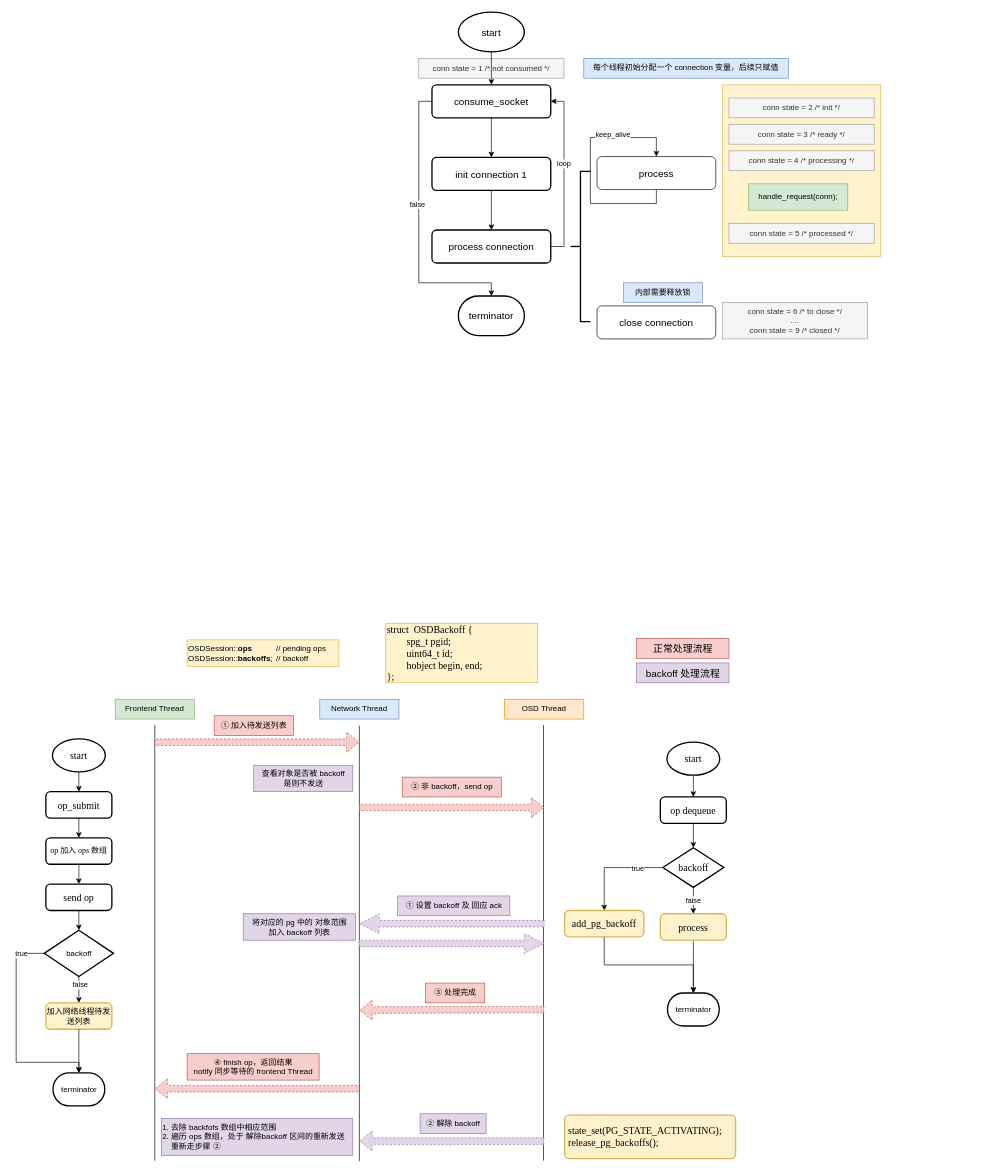
Earlier version of the draw.io diagram civetweb.drawio (1253757553/drawIO). Source tidied: cells renumbered, new cells numbered last; positions are measured from the earlier drawing's top-left corner, leaving out a move shared by most shapes. Both pictures are drawn from the tidied source at 66%, with x=0, y=0 at pixel (16, 12).
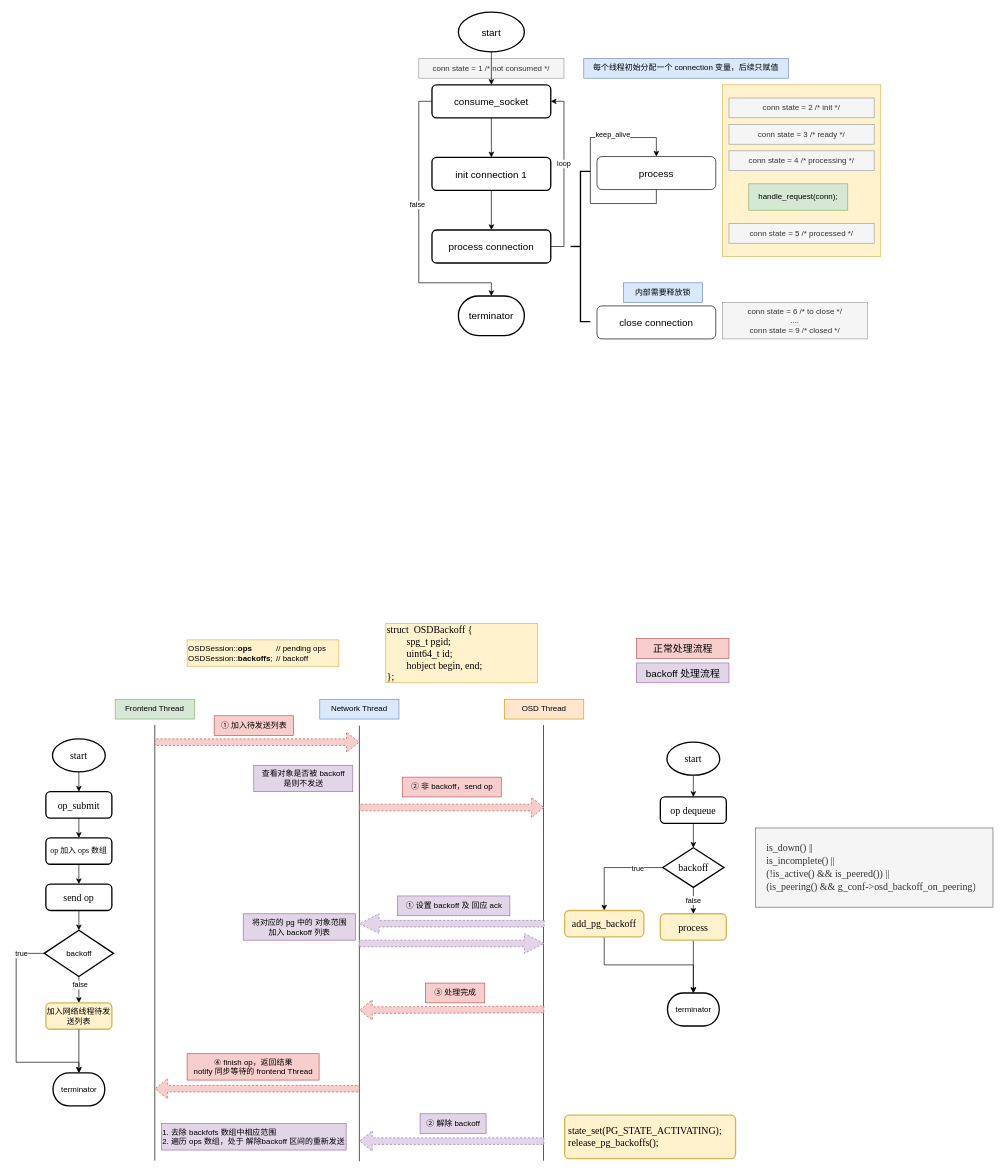
After the change.

Diff of the diagram source:
```diff
@@
-    <mxCell id="83" value="&lt;ol style=&quot;margin-bottom: 0px; margin-top: 0px; padding-left: 15px;&quot;&gt;&lt;li&gt;去除 backfofs 数组中相应范围&lt;/li&gt;&lt;li&gt;遍历 ops 数组，处于 解除backoff 区间的重新发送重新走步骤 ②&lt;/li&gt;&lt;/ol&gt;" style="text;html=1;align=left;verticalAlign=middle;strokeColor=#9673a6;fillColor=#e1d5e7;imageWidth=24;imageAspect=0;imageHeight=20;absoluteArcSize=0;overflow=width;fixDash=1;noLabel=0;fillOpacity=100;perimeter=centerPerimeter;strokeOpacity=100;backgroundOutline=1;linecap=square;comic=0;enumerate=0;fixedWidth=0;imageVerticalAlign=top;whiteSpace=wrap;" parent="1" vertex="1" collapsed="1">
-      <mxGeometry x="220" y="1676" width="290" height="56" as="geometry" />
+    <mxCell id="83" value="&lt;ol style=&quot;margin-bottom: 0px; margin-top: 0px; padding-left: 15px;&quot;&gt;&lt;li&gt;去除 backfofs 数组中相应范围&lt;/li&gt;&lt;li&gt;遍历 ops 数组，处于 解除backoff 区间的重新发送&lt;/li&gt;&lt;/ol&gt;" style="text;html=1;align=left;verticalAlign=middle;strokeColor=#9673a6;fillColor=#e1d5e7;imageWidth=24;imageAspect=0;imageHeight=20;absoluteArcSize=0;overflow=width;fixDash=1;noLabel=0;fillOpacity=100;perimeter=centerPerimeter;strokeOpacity=100;backgroundOutline=1;linecap=square;comic=0;enumerate=0;fixedWidth=0;imageVerticalAlign=top;whiteSpace=wrap;" parent="1" vertex="1" collapsed="1">
+      <mxGeometry x="220" y="1684" width="280" height="40" as="geometry" />
     </mxCell>
@@
+    <mxCell id="87" value="&lt;div class=&quot;mp-block-code-container&quot;&gt;&lt;pre spellcheck=&quot;false&quot; class=&quot;mp-block-code-wrapper language-cpp&quot; style=&quot;overflow: auto; font-size: 15px;&quot;&gt;&lt;div class=&quot;mp-block-code-content&quot; style=&quot;overflow: auto; padding-left: 15px;&quot;&gt;&lt;div class=&quot;mp-block-code-line&quot;&gt;&lt;font face=&quot;Times New Roman&quot; style=&quot;font-size: 15px;&quot;&gt;&lt;span class=&quot;mp-block-code-line-content&quot;&gt;is_down() || &lt;/span&gt;&lt;/font&gt;&lt;/div&gt;&lt;div class=&quot;mp-block-code-line&quot;&gt;&lt;font face=&quot;Times New Roman&quot; style=&quot;font-size: 15px;&quot;&gt;&lt;span class=&quot;mp-block-code-line-content&quot;&gt;is_incomplete() || &lt;/span&gt;&lt;/font&gt;&lt;/div&gt;&lt;div class=&quot;mp-block-code-line&quot;&gt;&lt;font face=&quot;Times New Roman&quot; style=&quot;font-size: 15px;&quot;&gt;&lt;span class=&quot;mp-block-code-line-content&quot;&gt;(!is_active() &amp;amp;&amp;amp; is_peered()) || &lt;/span&gt;&lt;/font&gt;&lt;/div&gt;&lt;div class=&quot;mp-block-code-line&quot;&gt;&lt;font face=&quot;Times New Roman&quot; style=&quot;font-size: 15px;&quot;&gt;&lt;span class=&quot;mp-block-code-line-content&quot;&gt;(&lt;/span&gt;&lt;span style=&quot;background-color: initial; white-space-collapse: collapse;&quot;&gt;is_peering()&amp;nbsp;&lt;/span&gt;&lt;/font&gt;&lt;font face=&quot;Times New Roman&quot; style=&quot;background-color: initial; white-space-collapse: collapse;&quot;&gt;&lt;span class=&quot;mp-block-code-line-content&quot;&gt;&amp;amp;&amp;amp; &lt;/span&gt;&lt;span style=&quot;background-color: initial;&quot;&gt;g_conf-&amp;gt;osd_backoff_on_peering&lt;/span&gt;&lt;/font&gt;&lt;span style=&quot;background-color: initial; white-space-collapse: collapse; font-family: &amp;quot;Times New Roman&amp;quot;;&quot;&gt;)&lt;/span&gt;&lt;/div&gt;&lt;/div&gt;&lt;/pre&gt;&lt;/div&gt;&lt;span data-morpho-doc-data=&quot;{&amp;quot;token&amp;quot;:&amp;quot;eyJhbGciOiJkaXIiLCJlbmMiOiJBMjU2R0NNIiwiYXBwSWQiOjEsInVpZCI6IlJwZjc3dm04TEUiLCJkb2NJZCI6InA1akJ1VllRQU9MX0IyIn0..1H7I39qrLqo5k4mQ.Wa86WxIw9k05WkLabNv9jKI51zDki4UPZOqfwyjkz-W-p_59XK7HE5dtf7iEBlLrYQ7CXYnHyYAYIvXAUmlhvJO38K2HqHS6l39-GZEhtSJG3VP9qoZOpv8FsBW-dQpDBIz6lvm0V50qmxeFXuQASc7Ug5WLBDh2NsEy3_PdApRt6E1OQhVRDhN2MO6HaInboxqQ9RtN0AIFIOq77ufQAWm0FQ.DxsqhyQwhf78JfKw8AuOgw&amp;quot;,&amp;quot;appId&amp;quot;:&amp;quot;1&amp;quot;}&quot; class=&quot;mp-morpho-clipboard-doc-data&quot;&gt;&lt;/span&gt;" style="text;html=1;align=left;verticalAlign=middle;strokeColor=#666666;fillColor=#f5f5f5;fontFamily=Helvetica;fontSize=12;fontColor=#333333;" parent="1" vertex="1">
+      <mxGeometry x="1120" y="1236" width="360" height="120" as="geometry" />
+    </mxCell>
```
